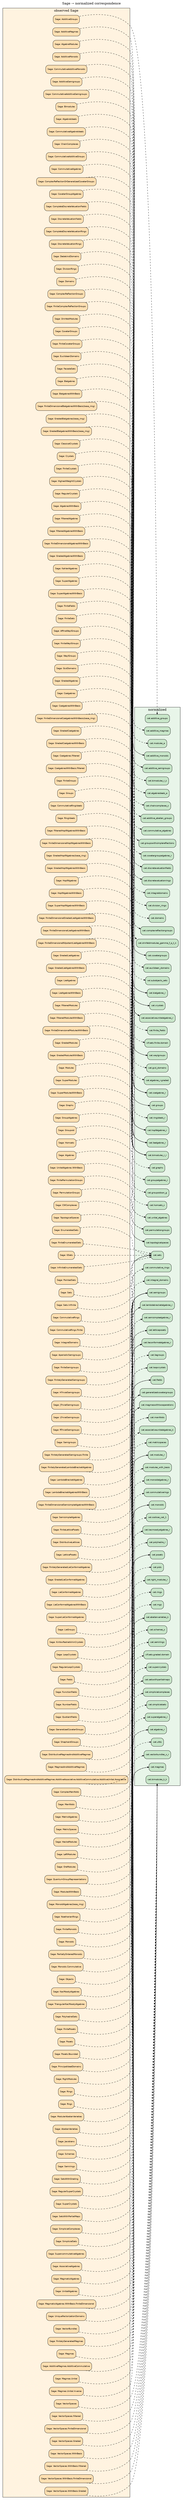
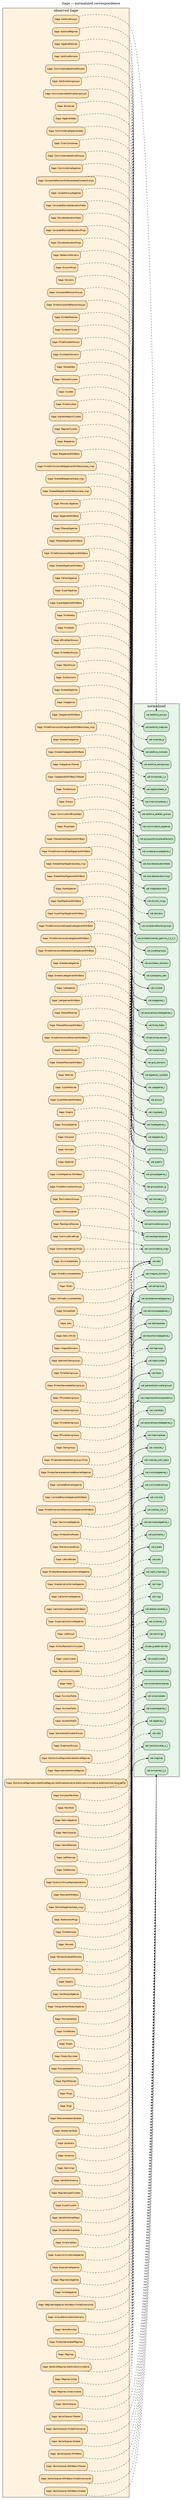
// GENERATED from observed + mapping + normalized ids
digraph SageToNormalized {
  graph [rankdir=LR, labelloc=t, label="Sage → normalized correspondence"];
  node [shape=box, style="rounded,filled", fontname="Helvetica", fontsize=9];
  edge [arrowsize=0.65];

  subgraph cluster_sage {
    label="observed Sage";
    style=filled; fillcolor="#fff3e0";
    "sage.category.additive_groups_additivegroups" [label="Sage: AdditiveGroups", kind="sage_category", fillcolor="#ffe0b2"];
    "sage.category.additive_magmas_additivemagmas" [label="Sage: AdditiveMagmas", kind="sage_category", fillcolor="#ffe0b2"];
    "sage.category.additive_monoids_additivemonoids" [label="Sage: AdditiveMonoids", kind="sage_category", fillcolor="#ffe0b2"];
    "sage.category.additive_semigroups_additivesemigroups" [label="Sage: AdditiveSemigroups", kind="sage_category", fillcolor="#ffe0b2"];
    "sage.category.affine_weyl_groups_affineweylgroups" [label="Sage: AffineWeylGroups", kind="sage_category", fillcolor="#ffe0b2"];
    "sage.category.algebra_ideals_algebraideals" [label="Sage: AlgebraIdeals", kind="sage_category", fillcolor="#ffe0b2"];
    "sage.category.algebra_modules_algebramodules" [label="Sage: AlgebraModules", kind="sage_category", fillcolor="#ffe0b2"];
    "sage.category.algebras_algebras" [label="Sage: Algebras", kind="sage_category", fillcolor="#ffe0b2"];
    "sage.category.algebras_with_basis_algebraswithbasis" [label="Sage: AlgebrasWithBasis", kind="sage_category", fillcolor="#ffe0b2"];
    "sage.category.aperiodic_semigroups_aperiodicsemigroups" [label="Sage: AperiodicSemigroups", kind="sage_category", fillcolor="#ffe0b2"];
    "sage.category.associative_algebras_associativealgebras" [label="Sage: AssociativeAlgebras", kind="sage_category", fillcolor="#ffe0b2"];
    "sage.category.bialgebras_bialgebras" [label="Sage: Bialgebras", kind="sage_category", fillcolor="#ffe0b2"];
    "sage.category.bialgebras_with_basis_bialgebraswithbasis" [label="Sage: BialgebrasWithBasis", kind="sage_category", fillcolor="#ffe0b2"];
    "sage.category.bimodules_bimodules" [label="Sage: Bimodules", kind="sage_category", fillcolor="#ffe0b2"];
    "sage.category.chain_complexes_chaincomplexes" [label="Sage: ChainComplexes", kind="sage_category", fillcolor="#ffe0b2"];
    "sage.category.classical_crystals_classicalcrystals" [label="Sage: ClassicalCrystals", kind="sage_category", fillcolor="#ffe0b2"];
    "sage.category.coalgebras_coalgebras" [label="Sage: Coalgebras", kind="sage_category", fillcolor="#ffe0b2"];
    "sage.category.coalgebras_with_basis_coalgebraswithbasis" [label="Sage: CoalgebrasWithBasis", kind="sage_category", fillcolor="#ffe0b2"];
    "sage.category.commutative_additive_groups_commutativeadditivegroups" [label="Sage: CommutativeAdditiveGroups", kind="sage_category", fillcolor="#ffe0b2"];
    "sage.category.commutative_additive_monoids_commutativeadditivemonoids" [label="Sage: CommutativeAdditiveMonoids", kind="sage_category", fillcolor="#ffe0b2"];
    "sage.category.commutative_additive_semigroups_commutativeadditivesemigroups" [label="Sage: CommutativeAdditiveSemigroups", kind="sage_category", fillcolor="#ffe0b2"];
    "sage.category.commutative_algebra_ideals_commutativealgebraideals" [label="Sage: CommutativeAlgebraIdeals", kind="sage_category", fillcolor="#ffe0b2"];
    "sage.category.commutative_algebras_commutativealgebras" [label="Sage: CommutativeAlgebras", kind="sage_category", fillcolor="#ffe0b2"];
    "sage.category.commutative_ring_ideals_commutativeringideals" [label="Sage: CommutativeRingIdeals", kind="sage_category", fillcolor="#ffe0b2"];
    "sage.category.commutative_rings_commutativerings" [label="Sage: CommutativeRings", kind="sage_category", fillcolor="#ffe0b2"];
    "sage.category.complete_discrete_valuation_completediscretevaluationfields" [label="Sage: CompleteDiscreteValuationFields", kind="sage_category", fillcolor="#ffe0b2"];
    "sage.category.complete_discrete_valuation_completediscretevaluationrings" [label="Sage: CompleteDiscreteValuationRings", kind="sage_category", fillcolor="#ffe0b2"];
    "sage.category.complex_reflection_groups_complexreflectiongroups" [label="Sage: ComplexReflectionGroups", kind="sage_category", fillcolor="#ffe0b2"];
    "sage.category.complex_reflection_or_generalized_coxeter_groups_complexreflectionorgeneralizedcoxetergroups" [label="Sage: ComplexReflectionOrGeneralizedCoxeterGroups", kind="sage_category", fillcolor="#ffe0b2"];
    "sage.category.coxeter_group_algebras_coxetergroupalgebras" [label="Sage: CoxeterGroupAlgebras", kind="sage_category", fillcolor="#ffe0b2"];
    "sage.category.coxeter_groups_coxetergroups" [label="Sage: CoxeterGroups", kind="sage_category", fillcolor="#ffe0b2"];
    "sage.category.crystals_crystals" [label="Sage: Crystals", kind="sage_category", fillcolor="#ffe0b2"];
    "sage.category.cw_complexes_cwcomplexes" [label="Sage: CWComplexes", kind="sage_category", fillcolor="#ffe0b2"];
    "sage.category.dedekind_domains_dedekinddomains" [label="Sage: DedekindDomains", kind="sage_category", fillcolor="#ffe0b2"];
    "sage.category.discrete_valuation_discretevaluationfields" [label="Sage: DiscreteValuationFields", kind="sage_category", fillcolor="#ffe0b2"];
    "sage.category.discrete_valuation_discretevaluationrings" [label="Sage: DiscreteValuationRings", kind="sage_category", fillcolor="#ffe0b2"];
    "sage.category.distributive_magmas_and_additive_magmas_distributivemagmasandadditivemagmas" [label="Sage: DistributiveMagmasAndAdditiveMagmas", kind="sage_category", fillcolor="#ffe0b2"];
    "sage.category.division_rings_divisionrings" [label="Sage: DivisionRings", kind="sage_category", fillcolor="#ffe0b2"];
    "sage.category.domains_domains" [label="Sage: Domains", kind="sage_category", fillcolor="#ffe0b2"];
    "sage.category.drinfeld_modules_drinfeldmodules" [label="Sage: DrinfeldModules", kind="sage_category", fillcolor="#ffe0b2"];
    "sage.category.enumerated_sets_enumeratedsets" [label="Sage: EnumeratedSets", kind="sage_category", fillcolor="#ffe0b2"];
    "sage.category.euclidean_domains_euclideandomains" [label="Sage: EuclideanDomains", kind="sage_category", fillcolor="#ffe0b2"];
    "sage.category.facade_sets_facadesets" [label="Sage: FacadeSets", kind="sage_category", fillcolor="#ffe0b2"];
    "sage.category.fields_fields" [label="Sage: Fields", kind="sage_category", fillcolor="#ffe0b2"];
    "sage.category.filtered_algebras_filteredalgebras" [label="Sage: FilteredAlgebras", kind="sage_category", fillcolor="#ffe0b2"];
    "sage.category.filtered_algebras_with_basis_filteredalgebraswithbasis" [label="Sage: FilteredAlgebrasWithBasis", kind="sage_category", fillcolor="#ffe0b2"];
    "sage.category.filtered_hopf_algebras_with_basis_filteredhopfalgebraswithbasis" [label="Sage: FilteredHopfAlgebrasWithBasis", kind="sage_category", fillcolor="#ffe0b2"];
    "sage.category.filtered_modules_filteredmodules" [label="Sage: FilteredModules", kind="sage_category", fillcolor="#ffe0b2"];
    "sage.category.filtered_modules_with_basis_filteredmoduleswithbasis" [label="Sage: FilteredModulesWithBasis", kind="sage_category", fillcolor="#ffe0b2"];
    "sage.category.finite_complex_reflection_groups_finitecomplexreflectiongroups" [label="Sage: FiniteComplexReflectionGroups", kind="sage_category", fillcolor="#ffe0b2"];
    "sage.category.finite_coxeter_groups_finitecoxetergroups" [label="Sage: FiniteCoxeterGroups", kind="sage_category", fillcolor="#ffe0b2"];
    "sage.category.finite_crystals_finitecrystals" [label="Sage: FiniteCrystals", kind="sage_category", fillcolor="#ffe0b2"];
    "sage.category.finite_dimensional_algebras_with_basis_finitedimensionalalgebraswithbasis" [label="Sage: FiniteDimensionalAlgebrasWithBasis", kind="sage_category", fillcolor="#ffe0b2"];
    "sage.category.finite_dimensional_bialgebras_with_basis_finitedimensionalbialgebraswithbasis" [label="Sage: FiniteDimensionalBialgebrasWithBasis(base_ring)", kind="sage_category", fillcolor="#ffe0b2"];
    "sage.category.finite_dimensional_coalgebras_with_basis_finitedimensionalcoalgebraswithbasis" [label="Sage: FiniteDimensionalCoalgebrasWithBasis(base_ring)", kind="sage_category", fillcolor="#ffe0b2"];
    "sage.category.finite_dimensional_graded_lie_algebras_with_basis_finitedimensionalgradedliealgebraswithbasis" [label="Sage: FiniteDimensionalGradedLieAlgebrasWithBasis", kind="sage_category", fillcolor="#ffe0b2"];
    "sage.category.finite_dimensional_hopf_algebras_with_basis_finitedimensionalhopfalgebraswithbasis" [label="Sage: FiniteDimensionalHopfAlgebrasWithBasis", kind="sage_category", fillcolor="#ffe0b2"];
    "sage.category.finite_dimensional_lie_algebras_with_basis_finitedimensionalliealgebraswithbasis" [label="Sage: FiniteDimensionalLieAlgebrasWithBasis", kind="sage_category", fillcolor="#ffe0b2"];
    "sage.category.finite_dimensional_modules_with_basis_finitedimensionalmoduleswithbasis" [label="Sage: FiniteDimensionalModulesWithBasis", kind="sage_category", fillcolor="#ffe0b2"];
    "sage.category.finite_dimensional_nilpotent_lie_algebras_with_basis_finitedimensionalnilpotentliealgebraswithbasis" [label="Sage: FiniteDimensionalNilpotentLieAlgebrasWithBasis", kind="sage_category", fillcolor="#ffe0b2"];
    "sage.category.finite_dimensional_semisimple_algebras_with_basis_finitedimensionalsemisimplealgebraswithbasis" [label="Sage: FiniteDimensionalSemisimpleAlgebrasWithBasis", kind="sage_category", fillcolor="#ffe0b2"];
    "sage.category.finite_enumerated_sets_finiteenumeratedsets" [label="Sage: FiniteEnumeratedSets", kind="sage_category", fillcolor="#ffe0b2"];
    "sage.category.finite_fields_finitefields" [label="Sage: FiniteFields", kind="sage_category", fillcolor="#ffe0b2"];
    "sage.category.finite_groups_finitegroups" [label="Sage: FiniteGroups", kind="sage_category", fillcolor="#ffe0b2"];
    "sage.category.finite_lattice_posets_finitelatticeposets" [label="Sage: FiniteLatticePosets", kind="sage_category", fillcolor="#ffe0b2"];
    "sage.category.finite_monoids_finitemonoids" [label="Sage: FiniteMonoids", kind="sage_category", fillcolor="#ffe0b2"];
    "sage.category.finite_permutation_groups_finitepermutationgroups" [label="Sage: FinitePermutationGroups", kind="sage_category", fillcolor="#ffe0b2"];
    "sage.category.finite_posets_finiteposets" [label="Sage: FinitePosets", kind="sage_category", fillcolor="#ffe0b2"];
    "sage.category.finite_semigroups_finitesemigroups" [label="Sage: FiniteSemigroups", kind="sage_category", fillcolor="#ffe0b2"];
    "sage.category.finite_sets_finitesets" [label="Sage: FiniteSets", kind="sage_category", fillcolor="#ffe0b2"];
    "sage.category.finite_weyl_groups_finiteweylgroups" [label="Sage: FiniteWeylGroups", kind="sage_category", fillcolor="#ffe0b2"];
    "sage.category.finitely_generated_lambda_bracket_algebras_finitelygeneratedlambdabracketalgebras" [label="Sage: FinitelyGeneratedLambdaBracketAlgebras", kind="sage_category", fillcolor="#ffe0b2"];
    "sage.category.finitely_generated_lie_conformal_algebras_finitelygeneratedlieconformalalgebras" [label="Sage: FinitelyGeneratedLieConformalAlgebras", kind="sage_category", fillcolor="#ffe0b2"];
    "sage.category.finitely_generated_magmas_finitelygeneratedmagmas" [label="Sage: FinitelyGeneratedMagmas", kind="sage_category", fillcolor="#ffe0b2"];
    "sage.category.finitely_generated_semigroups_finitelygeneratedsemigroups" [label="Sage: FinitelyGeneratedSemigroups", kind="sage_category", fillcolor="#ffe0b2"];
    "sage.category.function_fields_functionfields" [label="Sage: FunctionFields", kind="sage_category", fillcolor="#ffe0b2"];
    "sage.category.g_sets_gsets" [label="Sage: GSets", kind="sage_category", fillcolor="#ffe0b2"];
    "sage.category.gcd_domains_gcddomains" [label="Sage: GcdDomains", kind="sage_category", fillcolor="#ffe0b2"];
    "sage.category.generalized_coxeter_groups_generalizedcoxetergroups" [label="Sage: GeneralizedCoxeterGroups", kind="sage_category", fillcolor="#ffe0b2"];
    "sage.category.graded_algebras_gradedalgebras" [label="Sage: GradedAlgebras", kind="sage_category", fillcolor="#ffe0b2"];
    "sage.category.graded_algebras_with_basis_gradedalgebraswithbasis" [label="Sage: GradedAlgebrasWithBasis", kind="sage_category", fillcolor="#ffe0b2"];
    "sage.category.graded_bialgebras_gradedbialgebras" [label="Sage: GradedBialgebras(base_ring)", kind="sage_category", fillcolor="#ffe0b2"];
    "sage.category.graded_bialgebras_with_basis_gradedbialgebraswithbasis" [label="Sage: GradedBialgebrasWithBasis(base_ring)", kind="sage_category", fillcolor="#ffe0b2"];
    "sage.category.graded_coalgebras_gradedcoalgebras" [label="Sage: GradedCoalgebras", kind="sage_category", fillcolor="#ffe0b2"];
    "sage.category.graded_coalgebras_with_basis_gradedcoalgebraswithbasis" [label="Sage: GradedCoalgebrasWithBasis", kind="sage_category", fillcolor="#ffe0b2"];
    "sage.category.graded_hopf_algebras_gradedhopfalgebras" [label="Sage: GradedHopfAlgebras(base_ring)", kind="sage_category", fillcolor="#ffe0b2"];
    "sage.category.graded_hopf_algebras_with_basis_gradedhopfalgebraswithbasis" [label="Sage: GradedHopfAlgebrasWithBasis", kind="sage_category", fillcolor="#ffe0b2"];
    "sage.category.graded_lie_algebras_gradedliealgebras" [label="Sage: GradedLieAlgebras", kind="sage_category", fillcolor="#ffe0b2"];
    "sage.category.graded_lie_algebras_with_basis_gradedliealgebraswithbasis" [label="Sage: GradedLieAlgebrasWithBasis", kind="sage_category", fillcolor="#ffe0b2"];
    "sage.category.graded_lie_conformal_algebras_gradedlieconformalalgebras" [label="Sage: GradedLieConformalAlgebras", kind="sage_category", fillcolor="#ffe0b2"];
    "sage.category.graded_modules_gradedmodules" [label="Sage: GradedModules", kind="sage_category", fillcolor="#ffe0b2"];
    "sage.category.graded_modules_with_basis_gradedmoduleswithbasis" [label="Sage: GradedModulesWithBasis", kind="sage_category", fillcolor="#ffe0b2"];
    "sage.category.graphs_graphs" [label="Sage: Graphs", kind="sage_category", fillcolor="#ffe0b2"];
    "sage.category.group_algebras_groupalgebras" [label="Sage: GroupAlgebras", kind="sage_category", fillcolor="#ffe0b2"];
    "sage.category.groupoid_groupoid" [label="Sage: Groupoid", kind="sage_category", fillcolor="#ffe0b2"];
    "sage.category.groups_groups" [label="Sage: Groups", kind="sage_category", fillcolor="#ffe0b2"];
    "sage.category.h_trivial_semigroups_htrivialsemigroups" [label="Sage: HTrivialSemigroups", kind="sage_category", fillcolor="#ffe0b2"];
    "sage.category.hecke_modules_heckemodules" [label="Sage: HeckeModules", kind="sage_category", fillcolor="#ffe0b2"];
    "sage.category.highest_weight_crystals_highestweightcrystals" [label="Sage: HighestWeightCrystals", kind="sage_category", fillcolor="#ffe0b2"];
    "sage.category.homsets_homsets" [label="Sage: Homsets", kind="sage_category", fillcolor="#ffe0b2"];
    "sage.category.hopf_algebras_hopfalgebras" [label="Sage: HopfAlgebras", kind="sage_category", fillcolor="#ffe0b2"];
    "sage.category.hopf_algebras_with_basis_hopfalgebraswithbasis" [label="Sage: HopfAlgebrasWithBasis", kind="sage_category", fillcolor="#ffe0b2"];
    "sage.category.infinite_enumerated_sets_infiniteenumeratedsets" [label="Sage: InfiniteEnumeratedSets", kind="sage_category", fillcolor="#ffe0b2"];
    "sage.category.integral_domains_integraldomains" [label="Sage: IntegralDomains", kind="sage_category", fillcolor="#ffe0b2"];
    "sage.category.j_trivial_semigroups_jtrivialsemigroups" [label="Sage: JTrivialSemigroups", kind="sage_category", fillcolor="#ffe0b2"];
    "sage.category.kac_moody_algebras_kacmoodyalgebras" [label="Sage: KacMoodyAlgebras", kind="sage_category", fillcolor="#ffe0b2"];
    "sage.category.kahler_algebras_kahleralgebras" [label="Sage: KahlerAlgebras", kind="sage_category", fillcolor="#ffe0b2"];
    "sage.category.l_trivial_semigroups_ltrivialsemigroups" [label="Sage: LTrivialSemigroups", kind="sage_category", fillcolor="#ffe0b2"];
    "sage.category.lambda_bracket_algebras_lambdabracketalgebras" [label="Sage: LambdaBracketAlgebras", kind="sage_category", fillcolor="#ffe0b2"];
    "sage.category.lambda_bracket_algebras_with_basis_lambdabracketalgebraswithbasis" [label="Sage: LambdaBracketAlgebrasWithBasis", kind="sage_category", fillcolor="#ffe0b2"];
    "sage.category.lattice_posets_distributivelattices" [label="Sage: DistributiveLattices", kind="sage_category", fillcolor="#ffe0b2"];
    "sage.category.lattice_posets_latticeposets" [label="Sage: LatticePosets", kind="sage_category", fillcolor="#ffe0b2"];
    "sage.category.left_modules_leftmodules" [label="Sage: LeftModules", kind="sage_category", fillcolor="#ffe0b2"];
    "sage.category.lie_algebras_liealgebras" [label="Sage: LieAlgebras", kind="sage_category", fillcolor="#ffe0b2"];
    "sage.category.lie_algebras_with_basis_liealgebraswithbasis" [label="Sage: LieAlgebrasWithBasis", kind="sage_category", fillcolor="#ffe0b2"];
    "sage.category.lie_conformal_algebras_lieconformalalgebras" [label="Sage: LieConformalAlgebras", kind="sage_category", fillcolor="#ffe0b2"];
    "sage.category.lie_conformal_algebras_with_basis_lieconformalalgebraswithbasis" [label="Sage: LieConformalAlgebrasWithBasis", kind="sage_category", fillcolor="#ffe0b2"];
    "sage.category.lie_groups_liegroups" [label="Sage: LieGroups", kind="sage_category", fillcolor="#ffe0b2"];
    "sage.category.loop_crystals_kirillovreshetikhincrystals" [label="Sage: KirillovReshetikhinCrystals", kind="sage_category", fillcolor="#ffe0b2"];
    "sage.category.loop_crystals_loopcrystals" [label="Sage: LoopCrystals", kind="sage_category", fillcolor="#ffe0b2"];
    "sage.category.loop_crystals_regularloopcrystals" [label="Sage: RegularLoopCrystals", kind="sage_category", fillcolor="#ffe0b2"];
    "sage.category.magmas_and_additive_magmas_magmasandadditivemagmas" [label="Sage: MagmasAndAdditiveMagmas", kind="sage_category", fillcolor="#ffe0b2"];
    "sage.category.magmas_magmas" [label="Sage: Magmas", kind="sage_category", fillcolor="#ffe0b2"];
    "sage.category.magmatic_algebras_magmaticalgebras" [label="Sage: MagmaticAlgebras", kind="sage_category", fillcolor="#ffe0b2"];
    "sage.category.manifolds_complexmanifolds" [label="Sage: ComplexManifolds", kind="sage_category", fillcolor="#ffe0b2"];
    "sage.category.manifolds_manifolds" [label="Sage: Manifolds", kind="sage_category", fillcolor="#ffe0b2"];
    "sage.category.matrix_algebras_matrixalgebras" [label="Sage: MatrixAlgebras", kind="sage_category", fillcolor="#ffe0b2"];
    "sage.category.metric_spaces_metricspaces" [label="Sage: MetricSpaces", kind="sage_category", fillcolor="#ffe0b2"];
    "sage.category.modular_abelian_varieties_modularabelianvarieties" [label="Sage: ModularAbelianVarieties", kind="sage_category", fillcolor="#ffe0b2"];
    "sage.category.modules_modules" [label="Sage: Modules", kind="sage_category", fillcolor="#ffe0b2"];
    "sage.category.modules_with_basis_moduleswithbasis" [label="Sage: ModulesWithBasis", kind="sage_category", fillcolor="#ffe0b2"];
    "sage.category.monoid_algebras_monoidalgebras" [label="Sage: MonoidAlgebras(base_ring)", kind="sage_category", fillcolor="#ffe0b2"];
    "sage.category.monoids_monoids" [label="Sage: Monoids", kind="sage_category", fillcolor="#ffe0b2"];
    "sage.category.noetherian_rings_noetherianrings" [label="Sage: NoetherianRings", kind="sage_category", fillcolor="#ffe0b2"];
    "sage.category.number_fields_numberfields" [label="Sage: NumberFields", kind="sage_category", fillcolor="#ffe0b2"];
    "sage.category.objects_objects" [label="Sage: Objects", kind="sage_category", fillcolor="#ffe0b2"];
    "sage.category.ore_modules_oremodules" [label="Sage: OreModules", kind="sage_category", fillcolor="#ffe0b2"];
    "sage.category.partially_ordered_monoids_partiallyorderedmonoids" [label="Sage: PartiallyOrderedMonoids", kind="sage_category", fillcolor="#ffe0b2"];
    "sage.category.permutation_groups_permutationgroups" [label="Sage: PermutationGroups", kind="sage_category", fillcolor="#ffe0b2"];
    "sage.category.pointed_sets_pointedsets" [label="Sage: PointedSets", kind="sage_category", fillcolor="#ffe0b2"];
    "sage.category.polyhedra_polyhedralsets" [label="Sage: PolyhedralSets", kind="sage_category", fillcolor="#ffe0b2"];
    "sage.category.posets_posets" [label="Sage: Posets", kind="sage_category", fillcolor="#ffe0b2"];
    "sage.category.principal_ideal_domains_principalidealdomains" [label="Sage: PrincipalIdealDomains", kind="sage_category", fillcolor="#ffe0b2"];
    "sage.category.quantum_group_representations_quantumgrouprepresentations" [label="Sage: QuantumGroupRepresentations", kind="sage_category", fillcolor="#ffe0b2"];
    "sage.category.quotient_fields_quotientfields" [label="Sage: QuotientFields", kind="sage_category", fillcolor="#ffe0b2"];
    "sage.category.r_trivial_semigroups_rtrivialsemigroups" [label="Sage: RTrivialSemigroups", kind="sage_category", fillcolor="#ffe0b2"];
    "sage.category.regular_crystals_regularcrystals" [label="Sage: RegularCrystals", kind="sage_category", fillcolor="#ffe0b2"];
    "sage.category.regular_supercrystals_regularsupercrystals" [label="Sage: RegularSuperCrystals", kind="sage_category", fillcolor="#ffe0b2"];
    "sage.category.right_modules_rightmodules" [label="Sage: RightModules", kind="sage_category", fillcolor="#ffe0b2"];
    "sage.category.ring_ideals_ringideals" [label="Sage: RingIdeals", kind="sage_category", fillcolor="#ffe0b2"];
    "sage.category.rings_rings" [label="Sage: Rings", kind="sage_category", fillcolor="#ffe0b2"];
    "sage.category.rngs_rngs" [label="Sage: Rngs", kind="sage_category", fillcolor="#ffe0b2"];
    "sage.category.schemes_abelianvarieties" [label="Sage: AbelianVarieties", kind="sage_category", fillcolor="#ffe0b2"];
    "sage.category.schemes_jacobians" [label="Sage: Jacobians", kind="sage_category", fillcolor="#ffe0b2"];
    "sage.category.schemes_schemes" [label="Sage: Schemes", kind="sage_category", fillcolor="#ffe0b2"];
    "sage.category.semigroups_semigroups" [label="Sage: Semigroups", kind="sage_category", fillcolor="#ffe0b2"];
    "sage.category.semirings_semirings" [label="Sage: Semirings", kind="sage_category", fillcolor="#ffe0b2"];
    "sage.category.semisimple_algebras_semisimplealgebras" [label="Sage: SemisimpleAlgebras", kind="sage_category", fillcolor="#ffe0b2"];
    "sage.category.sets_cat_sets" [label="Sage: Sets", kind="sage_category", fillcolor="#ffe0b2"];
    "sage.category.sets_with_grading_setswithgrading" [label="Sage: SetsWithGrading", kind="sage_category", fillcolor="#ffe0b2"];
    "sage.category.sets_with_partial_maps_setswithpartialmaps" [label="Sage: SetsWithPartialMaps", kind="sage_category", fillcolor="#ffe0b2"];
    "sage.category.shephard_groups_shephardgroups" [label="Sage: ShephardGroups", kind="sage_category", fillcolor="#ffe0b2"];
    "sage.category.simplicial_complexes_simplicialcomplexes" [label="Sage: SimplicialComplexes", kind="sage_category", fillcolor="#ffe0b2"];
    "sage.category.simplicial_sets_simplicialsets" [label="Sage: SimplicialSets", kind="sage_category", fillcolor="#ffe0b2"];
    "sage.category.super_algebras_superalgebras" [label="Sage: SuperAlgebras", kind="sage_category", fillcolor="#ffe0b2"];
    "sage.category.super_algebras_with_basis_superalgebraswithbasis" [label="Sage: SuperAlgebrasWithBasis", kind="sage_category", fillcolor="#ffe0b2"];
    "sage.category.super_hopf_algebras_with_basis_superhopfalgebraswithbasis" [label="Sage: SuperHopfAlgebrasWithBasis", kind="sage_category", fillcolor="#ffe0b2"];
    "sage.category.super_lie_conformal_algebras_superlieconformalalgebras" [label="Sage: SuperLieConformalAlgebras", kind="sage_category", fillcolor="#ffe0b2"];
    "sage.category.super_modules_supermodules" [label="Sage: SuperModules", kind="sage_category", fillcolor="#ffe0b2"];
    "sage.category.super_modules_with_basis_supermoduleswithbasis" [label="Sage: SuperModulesWithBasis", kind="sage_category", fillcolor="#ffe0b2"];
    "sage.category.supercommutative_algebras_supercommutativealgebras" [label="Sage: SupercommutativeAlgebras", kind="sage_category", fillcolor="#ffe0b2"];
    "sage.category.supercrystals_supercrystals" [label="Sage: SuperCrystals", kind="sage_category", fillcolor="#ffe0b2"];
    "sage.category.topological_spaces_topologicalspaces" [label="Sage: TopologicalSpaces", kind="sage_category", fillcolor="#ffe0b2"];
    "sage.category.triangular_kac_moody_algebras_triangularkacmoodyalgebras" [label="Sage: TriangularKacMoodyAlgebras", kind="sage_category", fillcolor="#ffe0b2"];
    "sage.category.unique_factorization_domains_uniquefactorizationdomains" [label="Sage: UniqueFactorizationDomains", kind="sage_category", fillcolor="#ffe0b2"];
    "sage.category.unital_algebras_unitalalgebras" [label="Sage: UnitalAlgebras", kind="sage_category", fillcolor="#ffe0b2"];
    "sage.category.vector_bundles_vectorbundles" [label="Sage: VectorBundles", kind="sage_category", fillcolor="#ffe0b2"];
    "sage.category.vector_spaces_vectorspaces" [label="Sage: VectorSpaces", kind="sage_category", fillcolor="#ffe0b2"];
    "sage.category.weyl_groups_weylgroups" [label="Sage: WeylGroups", kind="sage_category", fillcolor="#ffe0b2"];
    "sage.category.with_axiom.additivemagmas.additivecommutative" [label="Sage: AdditiveMagmas.AdditiveCommutative", kind="sage_category", fillcolor="#ffe0b2"];
    "sage.category.with_axiom.coalgebras.filtered" [label="Sage: Coalgebras.Filtered", kind="sage_category", fillcolor="#ffe0b2"];
    "sage.category.with_axiom.coalgebraswithbasis.filtered" [label="Sage: CoalgebrasWithBasis.Filtered", kind="sage_category", fillcolor="#ffe0b2"];
    "sage.category.with_axiom.commutativerings.finite" [label="Sage: CommutativeRings.Finite", kind="sage_category", fillcolor="#ffe0b2"];
    "sage.category.with_axiom.distributivemagmasandadditivemagmas.additiveassociative.additivecommutative.additiveunital.associative" [label="Sage: DistributiveMagmasAndAdditiveMagmas.AdditiveAssociative.AdditiveCommutative.AdditiveUnital.Associative", kind="sage_category", fillcolor="#ffe0b2"];
    "sage.category.with_axiom.finitelygeneratedsemigroups.finite" [label="Sage: FinitelyGeneratedSemigroups.Finite", kind="sage_category", fillcolor="#ffe0b2"];
    "sage.category.with_axiom.magmas.unital" [label="Sage: Magmas.Unital", kind="sage_category", fillcolor="#ffe0b2"];
    "sage.category.with_axiom.magmas.unital.inverse" [label="Sage: Magmas.Unital.Inverse", kind="sage_category", fillcolor="#ffe0b2"];
    "sage.category.with_axiom.magmaticalgebras.withbasis.finitedimensional" [label="Sage: MagmaticAlgebras.WithBasis.FiniteDimensional", kind="sage_category", fillcolor="#ffe0b2"];
+     "sage.category.with_axiom.monoids.algebras" [label="Sage: Monoids.Algebras", kind="sage_category", fillcolor="#ffe0b2"];
    "sage.category.with_axiom.monoids.commutative" [label="Sage: Monoids.Commutative", kind="sage_category", fillcolor="#ffe0b2"];
    "sage.category.with_axiom.posets.bounded" [label="Sage: Posets.Bounded", kind="sage_category", fillcolor="#ffe0b2"];
    "sage.category.with_axiom.sets.infinite" [label="Sage: Sets.Infinite", kind="sage_category", fillcolor="#ffe0b2"];
    "sage.category.with_axiom.unitalalgebras.withbasis" [label="Sage: UnitalAlgebras.WithBasis", kind="sage_category", fillcolor="#ffe0b2"];
    "sage.category.with_axiom.vectorspaces.filtered" [label="Sage: VectorSpaces.Filtered", kind="sage_category", fillcolor="#ffe0b2"];
    "sage.category.with_axiom.vectorspaces.finitedimensional" [label="Sage: VectorSpaces.FiniteDimensional", kind="sage_category", fillcolor="#ffe0b2"];
    "sage.category.with_axiom.vectorspaces.graded" [label="Sage: VectorSpaces.Graded", kind="sage_category", fillcolor="#ffe0b2"];
    "sage.category.with_axiom.vectorspaces.withbasis" [label="Sage: VectorSpaces.WithBasis", kind="sage_category", fillcolor="#ffe0b2"];
    "sage.category.with_axiom.vectorspaces.withbasis.filtered" [label="Sage: VectorSpaces.WithBasis.Filtered", kind="sage_category", fillcolor="#ffe0b2"];
    "sage.category.with_axiom.vectorspaces.withbasis.finitedimensional" [label="Sage: VectorSpaces.WithBasis.FiniteDimensional", kind="sage_category", fillcolor="#ffe0b2"];
    "sage.category.with_axiom.vectorspaces.withbasis.graded" [label="Sage: VectorSpaces.WithBasis.Graded", kind="sage_category", fillcolor="#ffe0b2"];
  }

  subgraph cluster_norm {
    label="normalized";
    style=filled; fillcolor="#e8f5e9";
    "cat.abelianvarieties_k" [label="cat.abelianvarieties_k", kind="normalized", fillcolor="#c8e6c9"];
    "cat.additive_abelian_groups" [label="cat.additive_abelian_groups", kind="normalized", fillcolor="#c8e6c9"];
    "cat.additive_groups" [label="cat.additive_groups", kind="normalized", fillcolor="#c8e6c9"];
    "cat.additive_magmas" [label="cat.additive_magmas", kind="normalized", fillcolor="#c8e6c9"];
    "cat.additive_monoids" [label="cat.additive_monoids", kind="normalized", fillcolor="#c8e6c9"];
    "cat.additive_semigroups" [label="cat.additive_semigroups", kind="normalized", fillcolor="#c8e6c9"];
    "cat.algebraideals_a" [label="cat.algebraideals_a", kind="normalized", fillcolor="#c8e6c9"];
    "cat.algebras_r" [label="cat.algebras_r", kind="normalized", fillcolor="#c8e6c9"];
    "cat.algebras_r.graded" [label="cat.algebras_r.graded", kind="normalized", fillcolor="#c8e6c9"];
    "cat.associativeunitalalgebras_k" [label="cat.associativeunitalalgebras_k", kind="normalized", fillcolor="#c8e6c9"];
    "cat.associativeunitalalgebras_r" [label="cat.associativeunitalalgebras_r", kind="normalized", fillcolor="#c8e6c9"];
    "cat.bialgebras_r" [label="cat.bialgebras_r", kind="normalized", fillcolor="#c8e6c9"];
    "cat.bimodules_k_k" [label="cat.bimodules_k_k", kind="normalized", fillcolor="#c8e6c9"];
    "cat.bimodules_r_r" [label="cat.bimodules_r_r", kind="normalized", fillcolor="#c8e6c9"];
    "cat.bimodules_r_s" [label="cat.bimodules_r_s", kind="normalized", fillcolor="#c8e6c9"];
    "cat.chaincomplexes_c" [label="cat.chaincomplexes_c", kind="normalized", fillcolor="#c8e6c9"];
    "cat.coalgebras_r" [label="cat.coalgebras_r", kind="normalized", fillcolor="#c8e6c9"];
    "cat.commutative_algebras" [label="cat.commutative_algebras", kind="normalized", fillcolor="#c8e6c9"];
    "cat.commutative_rings" [label="cat.commutative_rings", kind="normalized", fillcolor="#c8e6c9"];
    "cat.commutativerings" [label="cat.commutativerings", kind="normalized", fillcolor="#c8e6c9"];
    "cat.complexreflectiongroups" [label="cat.complexreflectiongroups", kind="normalized", fillcolor="#c8e6c9"];
    "cat.coxetergroupalgebras_r" [label="cat.coxetergroupalgebras_r", kind="normalized", fillcolor="#c8e6c9"];
    "cat.coxetergroups" [label="cat.coxetergroups", kind="normalized", fillcolor="#c8e6c9"];
    "cat.crystals" [label="cat.crystals", kind="normalized", fillcolor="#c8e6c9"];
    "cat.discretevaluationfields" [label="cat.discretevaluationfields", kind="normalized", fillcolor="#c8e6c9"];
    "cat.discretevaluationrings" [label="cat.discretevaluationrings", kind="normalized", fillcolor="#c8e6c9"];
    "cat.division_rings" [label="cat.division_rings", kind="normalized", fillcolor="#c8e6c9"];
    "cat.domains" [label="cat.domains", kind="normalized", fillcolor="#c8e6c9"];
    "cat.drinfeldmodules_gamma_f_q_t_k" [label="cat.drinfeldmodules_gamma_f_q_t_k", kind="normalized", fillcolor="#c8e6c9"];
    "cat.euclidean_domains" [label="cat.euclidean_domains", kind="normalized", fillcolor="#c8e6c9"];
    "cat.fields" [label="cat.fields", kind="normalized", fillcolor="#c8e6c9"];
    "cat.finite_fields" [label="cat.finite_fields", kind="normalized", fillcolor="#c8e6c9"];
    "cat.gcd_domains" [label="cat.gcd_domains", kind="normalized", fillcolor="#c8e6c9"];
    "cat.generalizedcoxetergroups" [label="cat.generalizedcoxetergroups", kind="normalized", fillcolor="#c8e6c9"];
    "cat.graphs" [label="cat.graphs", kind="normalized", fillcolor="#c8e6c9"];
    "cat.groupalgebras_r" [label="cat.groupalgebras_r", kind="normalized", fillcolor="#c8e6c9"];
    "cat.groupoidson_g" [label="cat.groupoidson_g", kind="normalized", fillcolor="#c8e6c9"];
    "cat.groups" [label="cat.groups", kind="normalized", fillcolor="#c8e6c9"];
    "cat.groupswithsimplereflections" [label="cat.groupswithsimplereflections", kind="normalized", fillcolor="#c8e6c9"];
    "cat.homsets_c" [label="cat.homsets_c", kind="normalized", fillcolor="#c8e6c9"];
    "cat.hopfalgebras_r" [label="cat.hopfalgebras_r", kind="normalized", fillcolor="#c8e6c9"];
    "cat.integral_domains" [label="cat.integral_domains", kind="normalized", fillcolor="#c8e6c9"];
    "cat.integraldomains" [label="cat.integraldomains", kind="normalized", fillcolor="#c8e6c9"];
    "cat.kacmoodyalgebras_r" [label="cat.kacmoodyalgebras_r", kind="normalized", fillcolor="#c8e6c9"];
    "cat.lambdabracketalgebras_r" [label="cat.lambdabracketalgebras_r", kind="normalized", fillcolor="#c8e6c9"];
    "cat.latticeposets" [label="cat.latticeposets", kind="normalized", fillcolor="#c8e6c9"];
    "cat.liealgebras_r" [label="cat.liealgebras_r", kind="normalized", fillcolor="#c8e6c9"];
    "cat.lieconformalalgebras_r" [label="cat.lieconformalalgebras_r", kind="normalized", fillcolor="#c8e6c9"];
    "cat.liegroups" [label="cat.liegroups", kind="normalized", fillcolor="#c8e6c9"];
    "cat.loopcrystals" [label="cat.loopcrystals", kind="normalized", fillcolor="#c8e6c9"];
    "cat.magmas" [label="cat.magmas", kind="normalized", fillcolor="#c8e6c9"];
    "cat.magmaswithtwooperations" [label="cat.magmaswithtwooperations", kind="normalized", fillcolor="#c8e6c9"];
    "cat.manifolds" [label="cat.manifolds", kind="normalized", fillcolor="#c8e6c9"];
    "cat.metricspaces" [label="cat.metricspaces", kind="normalized", fillcolor="#c8e6c9"];
    "cat.modules_a" [label="cat.modules_a", kind="normalized", fillcolor="#c8e6c9"];
    "cat.modules_r" [label="cat.modules_r", kind="normalized", fillcolor="#c8e6c9"];
    "cat.modules_with_basis" [label="cat.modules_with_basis", kind="normalized", fillcolor="#c8e6c9"];
    "cat.monoidalgebras_r" [label="cat.monoidalgebras_r", kind="normalized", fillcolor="#c8e6c9"];
    "cat.monoids" [label="cat.monoids", kind="normalized", fillcolor="#c8e6c9"];
    "cat.permutationgroups" [label="cat.permutationgroups", kind="normalized", fillcolor="#c8e6c9"];
    "cat.pids" [label="cat.pids", kind="normalized", fillcolor="#c8e6c9"];
    "cat.polyhedra_r" [label="cat.polyhedra_r", kind="normalized", fillcolor="#c8e6c9"];
    "cat.posets" [label="cat.posets", kind="normalized", fillcolor="#c8e6c9"];
    "cat.right_modules_r" [label="cat.right_modules_r", kind="normalized", fillcolor="#c8e6c9"];
    "cat.ringideals_r" [label="cat.ringideals_r", kind="normalized", fillcolor="#c8e6c9"];
    "cat.rings" [label="cat.rings", kind="normalized", fillcolor="#c8e6c9"];
    "cat.rngs" [label="cat.rngs", kind="normalized", fillcolor="#c8e6c9"];
    "cat.schemes_s" [label="cat.schemes_s", kind="normalized", fillcolor="#c8e6c9"];
    "cat.semigroups" [label="cat.semigroups", kind="normalized", fillcolor="#c8e6c9"];
    "cat.semirings" [label="cat.semirings", kind="normalized", fillcolor="#c8e6c9"];
    "cat.semisimplealgebras_r" [label="cat.semisimplealgebras_r", kind="normalized", fillcolor="#c8e6c9"];
    "cat.sets" [label="cat.sets", kind="normalized", fillcolor="#c8e6c9"];
    "cat.setswithpartialmaps" [label="cat.setswithpartialmaps", kind="normalized", fillcolor="#c8e6c9"];
    "cat.simplicialcomplexes" [label="cat.simplicialcomplexes", kind="normalized", fillcolor="#c8e6c9"];
    "cat.simplicialsets" [label="cat.simplicialsets", kind="normalized", fillcolor="#c8e6c9"];
    "cat.superalgebras_r" [label="cat.superalgebras_r", kind="normalized", fillcolor="#c8e6c9"];
    "cat.supercrystals" [label="cat.supercrystals", kind="normalized", fillcolor="#c8e6c9"];
    "cat.topologicalspaces" [label="cat.topologicalspaces", kind="normalized", fillcolor="#c8e6c9"];
    "cat.ufds" [label="cat.ufds", kind="normalized", fillcolor="#c8e6c9"];
    "cat.unital_algebras" [label="cat.unital_algebras", kind="normalized", fillcolor="#c8e6c9"];
    "cat.vectorbundles_x_r" [label="cat.vectorbundles_x_r", kind="normalized", fillcolor="#c8e6c9"];
    "cat.weylgroups" [label="cat.weylgroups", kind="normalized", fillcolor="#c8e6c9"];
    "clf.sets.finite.domain" [label="clf.sets.finite.domain", kind="normalized", fillcolor="#c8e6c9"];
    "clf.sets.graded.domain" [label="clf.sets.graded.domain", kind="normalized", fillcolor="#c8e6c9"];
    "val.coslices_cat_1" [label="val.coslices_cat_1", kind="normalized", fillcolor="#c8e6c9"];
    "val.subobjects_sets" [label="val.subobjects_sets", kind="normalized", fillcolor="#c8e6c9"];
  }

  "sage.category.finite_dimensional_bialgebras_with_basis_finitedimensionalbialgebraswithbasis" -> "cat.bialgebras_r" [kind="normalizes_to", mapping="constructible", style=dashed];
  "sage.category.finite_dimensional_coalgebras_with_basis_finitedimensionalcoalgebraswithbasis" -> "cat.coalgebras_r" [kind="normalizes_to", mapping="constructible", style=dashed];
  "sage.category.graded_bialgebras_gradedbialgebras" -> "cat.bialgebras_r" [kind="normalizes_to", mapping="constructible", style=dashed];
  "sage.category.graded_bialgebras_with_basis_gradedbialgebraswithbasis" -> "cat.bialgebras_r" [kind="normalizes_to", mapping="constructible", style=dashed];
  "sage.category.graded_hopf_algebras_gradedhopfalgebras" -> "cat.hopfalgebras_r" [kind="normalizes_to", mapping="constructible", style=dashed];
  "sage.category.monoid_algebras_monoidalgebras" -> "cat.monoidalgebras_r" [kind="normalizes_to", mapping="exact", style=dashed];
  "sage.category.schemes_abelianvarieties" -> "cat.abelianvarieties_k" [kind="normalizes_to", mapping="constructible", style=dashed];
  "sage.category.additive_groups_additivegroups" -> "cat.additive_groups" [kind="normalizes_to", mapping="exact", style=dashed];
  "sage.category.additive_magmas_additivemagmas" -> "cat.additive_magmas" [kind="normalizes_to", mapping="constructible", style=dashed];
  "sage.category.additive_monoids_additivemonoids" -> "cat.additive_monoids" [kind="normalizes_to", mapping="exact", style=dashed];
  "sage.category.additive_semigroups_additivesemigroups" -> "cat.additive_semigroups" [kind="normalizes_to", mapping="exact", style=dashed];
  "sage.category.affine_weyl_groups_affineweylgroups" -> "cat.weylgroups" [kind="normalizes_to", mapping="constructible", style=dashed];
  "sage.category.algebra_ideals_algebraideals" -> "cat.algebraideals_a" [kind="normalizes_to", mapping="exact", style=dashed];
  "sage.category.algebra_modules_algebramodules" -> "cat.modules_a" [kind="normalizes_to", mapping="presentation_alias", style=dashed];
  "sage.category.algebras_algebras" -> "cat.unital_algebras" [kind="normalizes_to", mapping="constructible", style=dashed];
  "sage.category.algebras_with_basis_algebraswithbasis" -> "cat.associativeunitalalgebras_r" [kind="normalizes_to", mapping="constructible", style=dashed];
  "sage.category.aperiodic_semigroups_aperiodicsemigroups" -> "cat.semigroups" [kind="normalizes_to", mapping="constructible", style=dashed];
  "sage.category.associative_algebras_associativealgebras" -> "cat.algebras_r" [kind="normalizes_to", mapping="constructible", style=dashed];
  "sage.category.bialgebras_bialgebras" -> "cat.bialgebras_r" [kind="normalizes_to", mapping="exact", style=dashed];
  "sage.category.bialgebras_with_basis_bialgebraswithbasis" -> "cat.bialgebras_r" [kind="normalizes_to", mapping="constructible", style=dashed];
  "sage.category.bimodules_bimodules" -> "cat.bimodules_r_s" [kind="normalizes_to", mapping="exact", style=dashed];
  "sage.category.chain_complexes_chaincomplexes" -> "cat.chaincomplexes_c" [kind="normalizes_to", mapping="exact", style=dashed];
  "sage.category.classical_crystals_classicalcrystals" -> "cat.crystals" [kind="normalizes_to", mapping="constructible", style=dashed];
  "sage.category.coalgebras_coalgebras" -> "cat.coalgebras_r" [kind="normalizes_to", mapping="exact", style=dashed];
  "sage.category.coalgebras_with_basis_coalgebraswithbasis" -> "cat.coalgebras_r" [kind="normalizes_to", mapping="constructible", style=dashed];
  "sage.category.commutative_additive_groups_commutativeadditivegroups" -> "cat.additive_abelian_groups" [kind="normalizes_to", mapping="exact", style=dashed];
  "sage.category.commutative_additive_monoids_commutativeadditivemonoids" -> "cat.additive_monoids" [kind="normalizes_to", mapping="constructible", style=dashed];
  "sage.category.commutative_additive_semigroups_commutativeadditivesemigroups" -> "cat.additive_semigroups" [kind="normalizes_to", mapping="constructible", style=dashed];
  "sage.category.commutative_algebra_ideals_commutativealgebraideals" -> "cat.algebraideals_a" [kind="normalizes_to", mapping="presentation_alias", style=dashed];
  "sage.category.commutative_algebras_commutativealgebras" -> "cat.commutative_algebras" [kind="normalizes_to", mapping="constructible", style=dashed];
  "sage.category.commutative_ring_ideals_commutativeringideals" -> "cat.ringideals_r" [kind="normalizes_to", mapping="presentation_alias", style=dashed];
  "sage.category.commutative_rings_commutativerings" -> "cat.commutative_rings" [kind="normalizes_to", mapping="constructible", style=dashed];
  "sage.category.complete_discrete_valuation_completediscretevaluationfields" -> "cat.discretevaluationfields" [kind="normalizes_to", mapping="constructible", style=dashed];
  "sage.category.complete_discrete_valuation_completediscretevaluationrings" -> "cat.discretevaluationrings" [kind="normalizes_to", mapping="constructible", style=dashed];
  "sage.category.complex_reflection_groups_complexreflectiongroups" -> "cat.complexreflectiongroups" [kind="normalizes_to", mapping="constructible", style=dashed];
  "sage.category.complex_reflection_or_generalized_coxeter_groups_complexreflectionorgeneralizedcoxetergroups" -> "cat.groupswithsimplereflections" [kind="normalizes_to", mapping="exact", style=dashed];
  "sage.category.coxeter_group_algebras_coxetergroupalgebras" -> "cat.coxetergroupalgebras_r" [kind="normalizes_to", mapping="exact", style=dashed];
  "sage.category.coxeter_groups_coxetergroups" -> "cat.coxetergroups" [kind="normalizes_to", mapping="constructible", style=dashed];
  "sage.category.crystals_crystals" -> "cat.crystals" [kind="normalizes_to", mapping="exact", style=dashed];
  "sage.category.cw_complexes_cwcomplexes" -> "cat.topologicalspaces" [kind="normalizes_to", mapping="constructible", style=dashed];
  "sage.category.dedekind_domains_dedekinddomains" -> "cat.integraldomains" [kind="normalizes_to", mapping="constructible", style=dashed];
  "sage.category.discrete_valuation_discretevaluationfields" -> "cat.discretevaluationfields" [kind="normalizes_to", mapping="constructible", style=dashed];
  "sage.category.discrete_valuation_discretevaluationrings" -> "cat.discretevaluationrings" [kind="normalizes_to", mapping="constructible", style=dashed];
  "sage.category.distributive_magmas_and_additive_magmas_distributivemagmasandadditivemagmas" -> "cat.magmaswithtwooperations" [kind="normalizes_to", mapping="constructible", style=dashed];
  "sage.category.division_rings_divisionrings" -> "cat.division_rings" [kind="normalizes_to", mapping="constructible", style=dashed];
  "sage.category.domains_domains" -> "cat.domains" [kind="normalizes_to", mapping="constructible", style=dashed];
  "sage.category.drinfeld_modules_drinfeldmodules" -> "cat.drinfeldmodules_gamma_f_q_t_k" [kind="normalizes_to", mapping="exact", style=dashed];
  "sage.category.enumerated_sets_enumeratedsets" -> "cat.sets" [kind="normalizes_to", mapping="constructible", style=dashed];
  "sage.category.euclidean_domains_euclideandomains" -> "cat.euclidean_domains" [kind="normalizes_to", mapping="constructible", style=dashed];
  "sage.category.facade_sets_facadesets" -> "val.subobjects_sets" [kind="normalizes_to", mapping="exact", style=dashed];
  "sage.category.fields_fields" -> "cat.fields" [kind="normalizes_to", mapping="constructible", style=dashed];
  "sage.category.filtered_algebras_filteredalgebras" -> "cat.associativeunitalalgebras_r" [kind="normalizes_to", mapping="constructible", style=dashed];
  "sage.category.filtered_algebras_with_basis_filteredalgebraswithbasis" -> "cat.associativeunitalalgebras_r" [kind="normalizes_to", mapping="constructible", style=dashed];
  "sage.category.filtered_hopf_algebras_with_basis_filteredhopfalgebraswithbasis" -> "cat.hopfalgebras_r" [kind="normalizes_to", mapping="constructible", style=dashed];
  "sage.category.filtered_modules_filteredmodules" -> "cat.bimodules_r_r" [kind="normalizes_to", mapping="constructible", style=dashed];
  "sage.category.filtered_modules_with_basis_filteredmoduleswithbasis" -> "cat.bimodules_r_r" [kind="normalizes_to", mapping="constructible", style=dashed];
  "sage.category.finite_complex_reflection_groups_finitecomplexreflectiongroups" -> "cat.complexreflectiongroups" [kind="normalizes_to", mapping="constructible", style=dashed];
  "sage.category.finite_coxeter_groups_finitecoxetergroups" -> "cat.coxetergroups" [kind="normalizes_to", mapping="constructible", style=dashed];
  "sage.category.finite_crystals_finitecrystals" -> "cat.crystals" [kind="normalizes_to", mapping="constructible", style=dashed];
  "sage.category.finite_dimensional_algebras_with_basis_finitedimensionalalgebraswithbasis" -> "cat.associativeunitalalgebras_r" [kind="normalizes_to", mapping="constructible", style=dashed];
  "sage.category.finite_dimensional_graded_lie_algebras_with_basis_finitedimensionalgradedliealgebraswithbasis" -> "cat.liealgebras_r" [kind="normalizes_to", mapping="constructible", style=dashed];
  "sage.category.finite_dimensional_hopf_algebras_with_basis_finitedimensionalhopfalgebraswithbasis" -> "cat.hopfalgebras_r" [kind="normalizes_to", mapping="constructible", style=dashed];
  "sage.category.finite_dimensional_lie_algebras_with_basis_finitedimensionalliealgebraswithbasis" -> "cat.liealgebras_r" [kind="normalizes_to", mapping="constructible", style=dashed];
  "sage.category.finite_dimensional_modules_with_basis_finitedimensionalmoduleswithbasis" -> "cat.bimodules_r_r" [kind="normalizes_to", mapping="constructible", style=dashed];
  "sage.category.finite_dimensional_nilpotent_lie_algebras_with_basis_finitedimensionalnilpotentliealgebraswithbasis" -> "cat.liealgebras_r" [kind="normalizes_to", mapping="constructible", style=dashed];
  "sage.category.finite_dimensional_semisimple_algebras_with_basis_finitedimensionalsemisimplealgebraswithbasis" -> "cat.semisimplealgebras_r" [kind="normalizes_to", mapping="constructible", style=dashed];
  "sage.category.finite_enumerated_sets_finiteenumeratedsets" -> "cat.sets" [kind="normalizes_to", mapping="constructible", style=dashed];
  "sage.category.finite_fields_finitefields" -> "cat.finite_fields" [kind="normalizes_to", mapping="constructible", style=dashed];
  "sage.category.finite_groups_finitegroups" -> "cat.groups" [kind="normalizes_to", mapping="constructible", style=dashed];
  "sage.category.finite_lattice_posets_finitelatticeposets" -> "cat.latticeposets" [kind="normalizes_to", mapping="constructible", style=dashed];
  "sage.category.finite_monoids_finitemonoids" -> "cat.monoids" [kind="normalizes_to", mapping="constructible", style=dashed];
  "sage.category.finite_permutation_groups_finitepermutationgroups" -> "cat.permutationgroups" [kind="normalizes_to", mapping="constructible", style=dashed];
  "sage.category.finite_posets_finiteposets" -> "cat.posets" [kind="normalizes_to", mapping="constructible", style=dashed];
  "sage.category.finite_semigroups_finitesemigroups" -> "cat.semigroups" [kind="normalizes_to", mapping="constructible", style=dashed];
  "sage.category.finite_sets_finitesets" -> "clf.sets.finite.domain" [kind="normalizes_to", mapping="constructible", style=dashed];
  "sage.category.finite_weyl_groups_finiteweylgroups" -> "cat.weylgroups" [kind="normalizes_to", mapping="constructible", style=dashed];
  "sage.category.finitely_generated_lambda_bracket_algebras_finitelygeneratedlambdabracketalgebras" -> "cat.lambdabracketalgebras_r" [kind="normalizes_to", mapping="constructible", style=dashed];
  "sage.category.finitely_generated_lie_conformal_algebras_finitelygeneratedlieconformalalgebras" -> "cat.lieconformalalgebras_r" [kind="normalizes_to", mapping="constructible", style=dashed];
  "sage.category.finitely_generated_magmas_finitelygeneratedmagmas" -> "cat.magmas" [kind="normalizes_to", mapping="constructible", style=dashed];
  "sage.category.finitely_generated_semigroups_finitelygeneratedsemigroups" -> "cat.semigroups" [kind="normalizes_to", mapping="constructible", style=dashed];
  "sage.category.function_fields_functionfields" -> "cat.fields" [kind="normalizes_to", mapping="constructible", style=dashed];
  "sage.category.g_sets_gsets" -> "cat.sets" [kind="normalizes_to", mapping="constructible", style=dashed];
  "sage.category.gcd_domains_gcddomains" -> "cat.gcd_domains" [kind="normalizes_to", mapping="constructible", style=dashed];
  "sage.category.generalized_coxeter_groups_generalizedcoxetergroups" -> "cat.generalizedcoxetergroups" [kind="normalizes_to", mapping="constructible", style=dashed];
  "sage.category.graded_algebras_gradedalgebras" -> "cat.algebras_r.graded" [kind="normalizes_to", mapping="constructible", style=dashed];
  "sage.category.graded_algebras_with_basis_gradedalgebraswithbasis" -> "cat.associativeunitalalgebras_r" [kind="normalizes_to", mapping="constructible", style=dashed];
  "sage.category.graded_coalgebras_gradedcoalgebras" -> "cat.coalgebras_r" [kind="normalizes_to", mapping="constructible", style=dashed];
  "sage.category.graded_coalgebras_with_basis_gradedcoalgebraswithbasis" -> "cat.coalgebras_r" [kind="normalizes_to", mapping="constructible", style=dashed];
  "sage.category.graded_hopf_algebras_with_basis_gradedhopfalgebraswithbasis" -> "cat.hopfalgebras_r" [kind="normalizes_to", mapping="constructible", style=dashed];
  "sage.category.graded_lie_algebras_gradedliealgebras" -> "cat.liealgebras_r" [kind="normalizes_to", mapping="constructible", style=dashed];
  "sage.category.graded_lie_algebras_with_basis_gradedliealgebraswithbasis" -> "cat.liealgebras_r" [kind="normalizes_to", mapping="constructible", style=dashed];
  "sage.category.graded_lie_conformal_algebras_gradedlieconformalalgebras" -> "cat.lieconformalalgebras_r" [kind="normalizes_to", mapping="constructible", style=dashed];
  "sage.category.graded_modules_gradedmodules" -> "cat.bimodules_r_r" [kind="normalizes_to", mapping="constructible", style=dashed];
  "sage.category.graded_modules_with_basis_gradedmoduleswithbasis" -> "cat.bimodules_r_r" [kind="normalizes_to", mapping="constructible", style=dashed];
  "sage.category.graphs_graphs" -> "cat.graphs" [kind="normalizes_to", mapping="exact", style=dashed];
  "sage.category.group_algebras_groupalgebras" -> "cat.groupalgebras_r" [kind="normalizes_to", mapping="exact", style=dashed];
  "sage.category.groupoid_groupoid" -> "cat.groupoidson_g" [kind="normalizes_to", mapping="exact", style=dashed];
  "sage.category.groups_groups" -> "cat.groups" [kind="normalizes_to", mapping="exact", style=dashed];
  "sage.category.h_trivial_semigroups_htrivialsemigroups" -> "cat.semigroups" [kind="normalizes_to", mapping="constructible", style=dashed];
  "sage.category.hecke_modules_heckemodules" -> "cat.modules_r" [kind="normalizes_to", mapping="constructible", style=dashed];
  "sage.category.highest_weight_crystals_highestweightcrystals" -> "cat.crystals" [kind="normalizes_to", mapping="constructible", style=dashed];
  "sage.category.homsets_homsets" -> "cat.homsets_c" [kind="normalizes_to", mapping="exact", style=dashed];
  "sage.category.hopf_algebras_hopfalgebras" -> "cat.hopfalgebras_r" [kind="normalizes_to", mapping="exact", style=dashed];
  "sage.category.hopf_algebras_with_basis_hopfalgebraswithbasis" -> "cat.hopfalgebras_r" [kind="normalizes_to", mapping="constructible", style=dashed];
  "sage.category.infinite_enumerated_sets_infiniteenumeratedsets" -> "cat.sets" [kind="normalizes_to", mapping="constructible", style=dashed];
  "sage.category.integral_domains_integraldomains" -> "cat.integral_domains" [kind="normalizes_to", mapping="constructible", style=dashed];
  "sage.category.j_trivial_semigroups_jtrivialsemigroups" -> "cat.semigroups" [kind="normalizes_to", mapping="constructible", style=dashed];
  "sage.category.kac_moody_algebras_kacmoodyalgebras" -> "cat.kacmoodyalgebras_r" [kind="normalizes_to", mapping="exact", style=dashed];
  "sage.category.kahler_algebras_kahleralgebras" -> "cat.associativeunitalalgebras_r" [kind="normalizes_to", mapping="constructible", style=dashed];
  "sage.category.l_trivial_semigroups_ltrivialsemigroups" -> "cat.semigroups" [kind="normalizes_to", mapping="constructible", style=dashed];
  "sage.category.lambda_bracket_algebras_lambdabracketalgebras" -> "cat.lambdabracketalgebras_r" [kind="normalizes_to", mapping="exact", style=dashed];
  "sage.category.lambda_bracket_algebras_with_basis_lambdabracketalgebraswithbasis" -> "cat.lambdabracketalgebras_r" [kind="normalizes_to", mapping="constructible", style=dashed];
  "sage.category.lattice_posets_distributivelattices" -> "cat.latticeposets" [kind="normalizes_to", mapping="constructible", style=dashed];
  "sage.category.lattice_posets_latticeposets" -> "cat.latticeposets" [kind="normalizes_to", mapping="constructible", style=dashed];
  "sage.category.left_modules_leftmodules" -> "cat.modules_r" [kind="normalizes_to", mapping="presentation_alias", style=dashed];
  "sage.category.lie_algebras_liealgebras" -> "cat.liealgebras_r" [kind="normalizes_to", mapping="exact", style=dashed];
  "sage.category.lie_algebras_with_basis_liealgebraswithbasis" -> "cat.liealgebras_r" [kind="normalizes_to", mapping="constructible", style=dashed];
  "sage.category.lie_conformal_algebras_lieconformalalgebras" -> "cat.lieconformalalgebras_r" [kind="normalizes_to", mapping="exact", style=dashed];
  "sage.category.lie_conformal_algebras_with_basis_lieconformalalgebraswithbasis" -> "cat.lieconformalalgebras_r" [kind="normalizes_to", mapping="constructible", style=dashed];
  "sage.category.lie_groups_liegroups" -> "cat.liegroups" [kind="normalizes_to", mapping="exact", style=dashed];
  "sage.category.loop_crystals_kirillovreshetikhincrystals" -> "cat.loopcrystals" [kind="normalizes_to", mapping="constructible", style=dashed];
  "sage.category.loop_crystals_loopcrystals" -> "cat.loopcrystals" [kind="normalizes_to", mapping="exact", style=dashed];
  "sage.category.loop_crystals_regularloopcrystals" -> "cat.loopcrystals" [kind="normalizes_to", mapping="constructible", style=dashed];
  "sage.category.magmas_magmas" -> "cat.magmas" [kind="normalizes_to", mapping="exact", style=dashed];
  "sage.category.magmas_and_additive_magmas_magmasandadditivemagmas" -> "cat.magmaswithtwooperations" [kind="normalizes_to", mapping="exact", style=dashed];
  "sage.category.magmatic_algebras_magmaticalgebras" -> "cat.algebras_r" [kind="normalizes_to", mapping="exact", style=dashed];
  "sage.category.manifolds_complexmanifolds" -> "cat.manifolds" [kind="normalizes_to", mapping="constructible", style=dashed];
  "sage.category.manifolds_manifolds" -> "cat.manifolds" [kind="normalizes_to", mapping="exact", style=dashed];
  "sage.category.matrix_algebras_matrixalgebras" -> "cat.associativeunitalalgebras_k" [kind="normalizes_to", mapping="constructible", style=dashed];
  "sage.category.metric_spaces_metricspaces" -> "cat.metricspaces" [kind="normalizes_to", mapping="constructible", style=dashed];
  "sage.category.modular_abelian_varieties_modularabelianvarieties" -> "cat.abelianvarieties_k" [kind="normalizes_to", mapping="constructible", style=dashed];
  "sage.category.modules_modules" -> "cat.bimodules_r_r" [kind="normalizes_to", mapping="exact", style=dashed];
  "sage.category.modules_with_basis_moduleswithbasis" -> "cat.modules_with_basis" [kind="normalizes_to", mapping="constructible", style=dashed];
  "sage.category.monoids_monoids" -> "cat.monoids" [kind="normalizes_to", mapping="exact", style=dashed];
  "sage.category.noetherian_rings_noetherianrings" -> "cat.commutativerings" [kind="normalizes_to", mapping="constructible", style=dashed];
  "sage.category.number_fields_numberfields" -> "cat.fields" [kind="normalizes_to", mapping="constructible", style=dashed];
  "sage.category.objects_objects" -> "val.coslices_cat_1" [kind="normalizes_to", mapping="exact", style=dashed];
  "sage.category.ore_modules_oremodules" -> "cat.modules_r" [kind="normalizes_to", mapping="constructible", style=dashed];
  "sage.category.partially_ordered_monoids_partiallyorderedmonoids" -> "cat.monoids" [kind="normalizes_to", mapping="constructible", style=dashed];
  "sage.category.permutation_groups_permutationgroups" -> "cat.permutationgroups" [kind="normalizes_to", mapping="constructible", style=dashed];
  "sage.category.pointed_sets_pointedsets" -> "cat.sets" [kind="normalizes_to", mapping="constructible", style=dashed];
  "sage.category.polyhedra_polyhedralsets" -> "cat.polyhedra_r" [kind="normalizes_to", mapping="exact", style=dashed];
  "sage.category.posets_posets" -> "cat.posets" [kind="normalizes_to", mapping="exact", style=dashed];
  "sage.category.principal_ideal_domains_principalidealdomains" -> "cat.pids" [kind="normalizes_to", mapping="constructible", style=dashed];
  "sage.category.quantum_group_representations_quantumgrouprepresentations" -> "cat.modules_r" [kind="normalizes_to", mapping="constructible", style=dashed];
  "sage.category.quotient_fields_quotientfields" -> "cat.fields" [kind="normalizes_to", mapping="constructible", style=dashed];
  "sage.category.r_trivial_semigroups_rtrivialsemigroups" -> "cat.semigroups" [kind="normalizes_to", mapping="constructible", style=dashed];
  "sage.category.regular_crystals_regularcrystals" -> "cat.crystals" [kind="normalizes_to", mapping="constructible", style=dashed];
  "sage.category.regular_supercrystals_regularsupercrystals" -> "cat.supercrystals" [kind="normalizes_to", mapping="constructible", style=dashed];
  "sage.category.right_modules_rightmodules" -> "cat.right_modules_r" [kind="normalizes_to", mapping="exact", style=dashed];
  "sage.category.ring_ideals_ringideals" -> "cat.ringideals_r" [kind="normalizes_to", mapping="exact", style=dashed];
  "sage.category.rings_rings" -> "cat.rings" [kind="normalizes_to", mapping="exact", style=dashed];
  "sage.category.rngs_rngs" -> "cat.rngs" [kind="normalizes_to", mapping="exact", style=dashed];
  "sage.category.schemes_jacobians" -> "cat.abelianvarieties_k" [kind="normalizes_to", mapping="constructible", style=dashed];
  "sage.category.schemes_schemes" -> "cat.schemes_s" [kind="normalizes_to", mapping="exact", style=dashed];
  "sage.category.semigroups_semigroups" -> "cat.semigroups" [kind="normalizes_to", mapping="exact", style=dashed];
  "sage.category.semirings_semirings" -> "cat.semirings" [kind="normalizes_to", mapping="exact", style=dashed];
  "sage.category.semisimple_algebras_semisimplealgebras" -> "cat.semisimplealgebras_r" [kind="normalizes_to", mapping="constructible", style=dashed];
  "sage.category.sets_cat_sets" -> "cat.sets" [kind="normalizes_to", mapping="exact", style=dashed];
  "sage.category.sets_with_grading_setswithgrading" -> "clf.sets.graded.domain" [kind="normalizes_to", mapping="constructible", style=dashed];
  "sage.category.sets_with_partial_maps_setswithpartialmaps" -> "cat.setswithpartialmaps" [kind="normalizes_to", mapping="exact", style=dashed];
  "sage.category.shephard_groups_shephardgroups" -> "cat.generalizedcoxetergroups" [kind="normalizes_to", mapping="constructible", style=dashed];
  "sage.category.simplicial_complexes_simplicialcomplexes" -> "cat.simplicialcomplexes" [kind="normalizes_to", mapping="exact", style=dashed];
  "sage.category.simplicial_sets_simplicialsets" -> "cat.simplicialsets" [kind="normalizes_to", mapping="exact", style=dashed];
  "sage.category.super_algebras_superalgebras" -> "cat.associativeunitalalgebras_r" [kind="normalizes_to", mapping="constructible", style=dashed];
  "sage.category.super_algebras_with_basis_superalgebraswithbasis" -> "cat.associativeunitalalgebras_r" [kind="normalizes_to", mapping="constructible", style=dashed];
  "sage.category.super_hopf_algebras_with_basis_superhopfalgebraswithbasis" -> "cat.hopfalgebras_r" [kind="normalizes_to", mapping="constructible", style=dashed];
  "sage.category.super_lie_conformal_algebras_superlieconformalalgebras" -> "cat.lieconformalalgebras_r" [kind="normalizes_to", mapping="constructible", style=dashed];
  "sage.category.super_modules_supermodules" -> "cat.bimodules_r_r" [kind="normalizes_to", mapping="constructible", style=dashed];
  "sage.category.super_modules_with_basis_supermoduleswithbasis" -> "cat.bimodules_r_r" [kind="normalizes_to", mapping="constructible", style=dashed];
  "sage.category.supercommutative_algebras_supercommutativealgebras" -> "cat.superalgebras_r" [kind="normalizes_to", mapping="constructible", style=dashed];
  "sage.category.supercrystals_supercrystals" -> "cat.supercrystals" [kind="normalizes_to", mapping="constructible", style=dashed];
  "sage.category.topological_spaces_topologicalspaces" -> "cat.topologicalspaces" [kind="normalizes_to", mapping="exact", style=dashed];
  "sage.category.triangular_kac_moody_algebras_triangularkacmoodyalgebras" -> "cat.kacmoodyalgebras_r" [kind="normalizes_to", mapping="constructible", style=dashed];
  "sage.category.unique_factorization_domains_uniquefactorizationdomains" -> "cat.ufds" [kind="normalizes_to", mapping="constructible", style=dashed];
  "sage.category.unital_algebras_unitalalgebras" -> "cat.algebras_r" [kind="normalizes_to", mapping="constructible", style=dashed];
  "sage.category.vector_bundles_vectorbundles" -> "cat.vectorbundles_x_r" [kind="normalizes_to", mapping="exact", style=dashed];
  "sage.category.vector_spaces_vectorspaces" -> "cat.bimodules_k_k" [kind="normalizes_to", mapping="exact", style=dashed];
  "sage.category.weyl_groups_weylgroups" -> "cat.weylgroups" [kind="normalizes_to", mapping="constructible", style=dashed];
  "sage.category.with_axiom.vectorspaces.withbasis" -> "cat.bimodules_k_k" [kind="normalizes_to", mapping="constructible", style=dashed];
  "sage.category.with_axiom.unitalalgebras.withbasis" -> "cat.unital_algebras" [kind="normalizes_to", mapping="constructible", style=dashed];
  "sage.category.with_axiom.additivemagmas.additivecommutative" -> "cat.magmas" [kind="normalizes_to", mapping="constructible", style=dashed];
  "sage.category.with_axiom.monoids.commutative" -> "cat.monoids" [kind="normalizes_to", mapping="constructible", style=dashed];
  "sage.category.with_axiom.magmaticalgebras.withbasis.finitedimensional" -> "cat.algebras_r" [kind="normalizes_to", mapping="constructible", style=dashed];
  "sage.category.with_axiom.vectorspaces.finitedimensional" -> "cat.bimodules_k_k" [kind="normalizes_to", mapping="constructible", style=dashed];
  "sage.category.with_axiom.vectorspaces.withbasis.finitedimensional" -> "cat.bimodules_k_k" [kind="normalizes_to", mapping="constructible", style=dashed];
  "sage.category.with_axiom.commutativerings.finite" -> "cat.commutative_rings" [kind="normalizes_to", mapping="constructible", style=dashed];
  "sage.category.with_axiom.finitelygeneratedsemigroups.finite" -> "cat.semigroups" [kind="normalizes_to", mapping="constructible", style=dashed];
  "sage.category.with_axiom.posets.bounded" -> "cat.posets" [kind="normalizes_to", mapping="constructible", style=dashed];
  "sage.category.with_axiom.vectorspaces.graded" -> "cat.bimodules_k_k" [kind="normalizes_to", mapping="constructible", style=dashed];
  "sage.category.with_axiom.vectorspaces.withbasis.graded" -> "cat.bimodules_k_k" [kind="normalizes_to", mapping="constructible", style=dashed];
  "sage.category.with_axiom.coalgebras.filtered" -> "cat.coalgebras_r" [kind="normalizes_to", mapping="constructible", style=dashed];
  "sage.category.with_axiom.coalgebraswithbasis.filtered" -> "cat.coalgebras_r" [kind="normalizes_to", mapping="constructible", style=dashed];
  "sage.category.with_axiom.vectorspaces.filtered" -> "cat.bimodules_k_k" [kind="normalizes_to", mapping="constructible", style=dashed];
  "sage.category.with_axiom.vectorspaces.withbasis.filtered" -> "cat.bimodules_k_k" [kind="normalizes_to", mapping="constructible", style=dashed];
+   "sage.category.with_axiom.monoids.algebras" -> "cat.bialgebras_r" [kind="normalizes_to", mapping="constructible", style=dashed];
  "sage.category.with_axiom.magmas.unital.inverse" -> "cat.magmas" [kind="normalizes_to", mapping="constructible", style=dashed];
  "sage.category.with_axiom.sets.infinite" -> "cat.sets" [kind="normalizes_to", mapping="constructible", style=dashed];
  "sage.category.with_axiom.magmas.unital" -> "cat.magmas" [kind="normalizes_to", mapping="constructible", style=dashed];
  "sage.category.with_axiom.distributivemagmasandadditivemagmas.additiveassociative.additivecommutative.additiveunital.associative" -> "cat.magmaswithtwooperations" [kind="normalizes_to", mapping="constructible", style=dashed];
}
